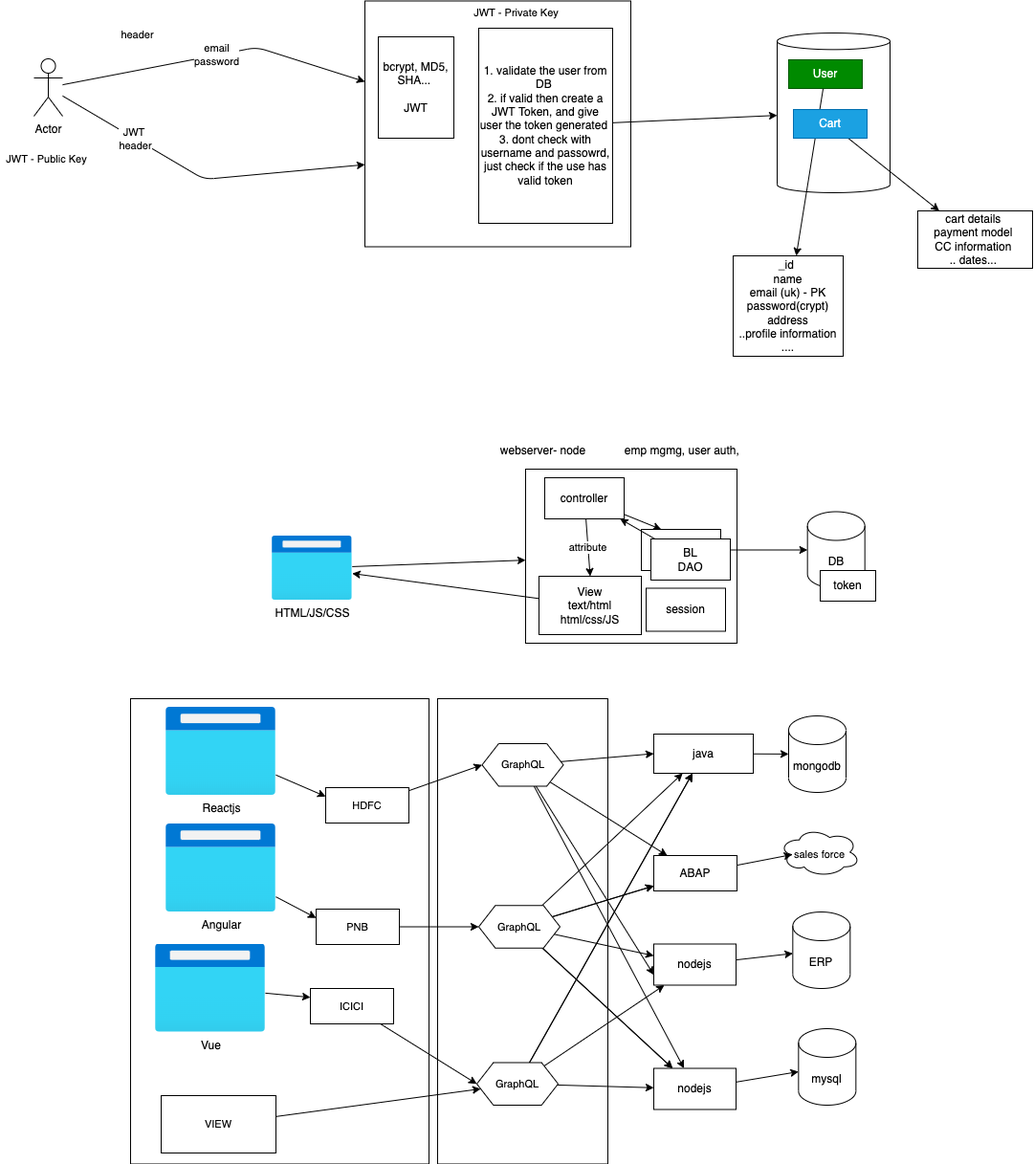
The draw.io diagram images/day7-drawio.png in adithnaveen/2022-sapient-react-node-graphql, before a commit. Source tidied: cells renumbered, new cells last; positions are measured from the earlier drawing's top-left corner, leaving out a move shared by most shapes.
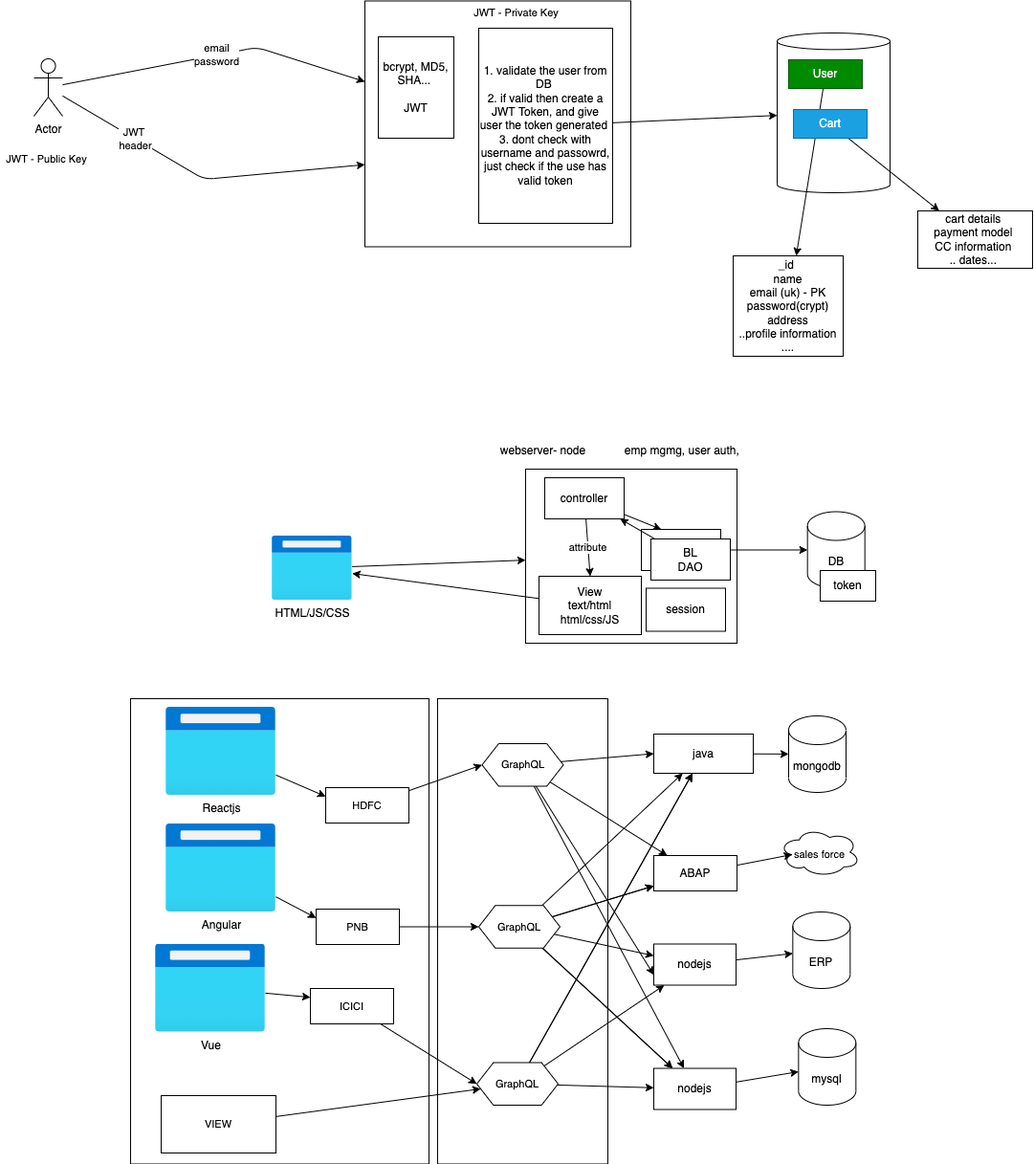
The same file after the commit.

Diff of the diagram source:
```diff
@@ -47,11 +47,6 @@
         <mxPoint x="32" y="-8" as="offset" />
       </mxGeometry>
     </mxCell>
-    <mxCell id="15" value="header" style="edgeLabel;html=1;align=center;verticalAlign=middle;fontSize=11;" parent="13" vertex="1">
-      <mxGeometry x="-0.53" y="-1" relative="1" as="geometry">
-        <mxPoint x="3" y="-39" as="offset" />
-      </mxGeometry>
-    </mxCell>
     <mxCell id="16" style="edgeStyle=none;html=1;entryX=0;entryY=0.666;entryDx=0;entryDy=0;entryPerimeter=0;fontSize=11;" parent="1" edge="1" source="18" target="11">
       <mxGeometry relative="1" as="geometry">
         <Array as="points">
```
